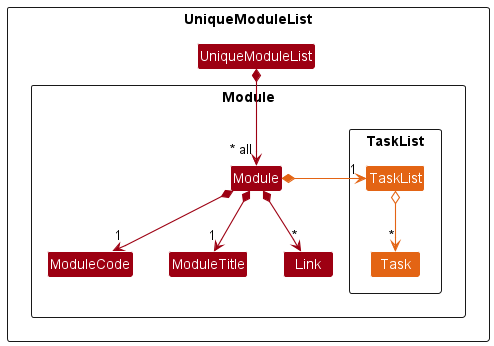
Before: docs/images/AddDeleteSwapTaskFeature/TaskListClassDiagram.png, a diagram exported from PlantUML (nus-cs2103-AY2223S1/tp).
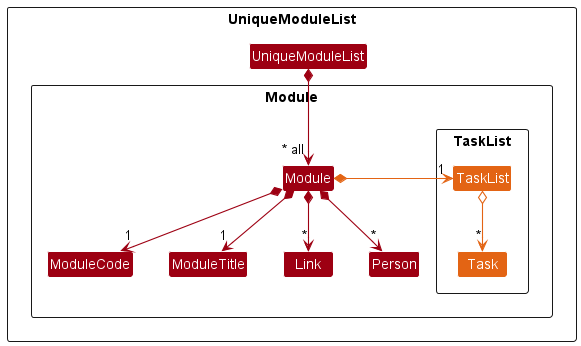
The same diagram one commit later.

Diff of the diagram source:
```diff
@@ -11,6 +11,7 @@
     Class ModuleCode
     Class ModuleTitle
     Class Link
+    Class Person
     Package TaskList <<Rectangle>> {
         Class TaskList MODEL_COLOR_T5
         Class Task MODEL_COLOR_T5
@@ -22,6 +23,7 @@
 Module *--> "1" ModuleCode
 Module *--> "1" ModuleTitle
 Module *--> "*" Link
+Module *--> "*" Person
 Module *-right-> "1" TaskList MODEL_COLOR_T5
 
 TaskList o--> "*" Task MODEL_COLOR_T5
```
